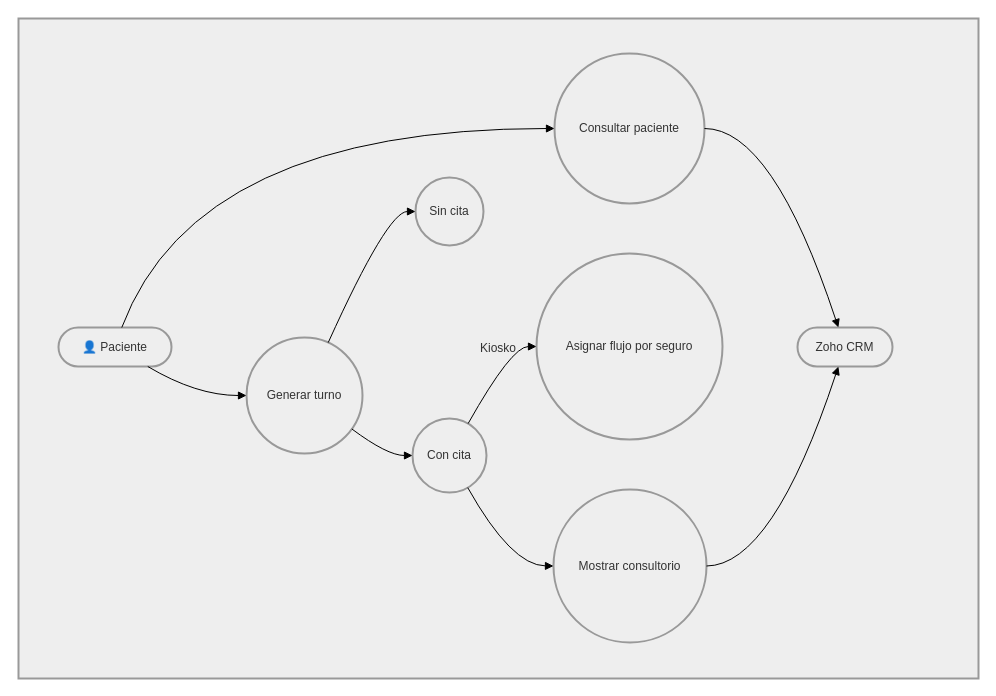
Before: page "Módulo Kiosko" (1 of 4) of Diagrama sin título.drawio in ARHR2123/Casos_de_Uso_Turnero_Diagram, a draw.io diagram. Source tidied: cells renumbered, new cells numbered last; positions are measured from the earlier drawing's top-left corner, leaving out a move shared by most shapes. Both pictures are drawn from the tidied source at 100%, with x=0, y=0 at pixel (18, 18).
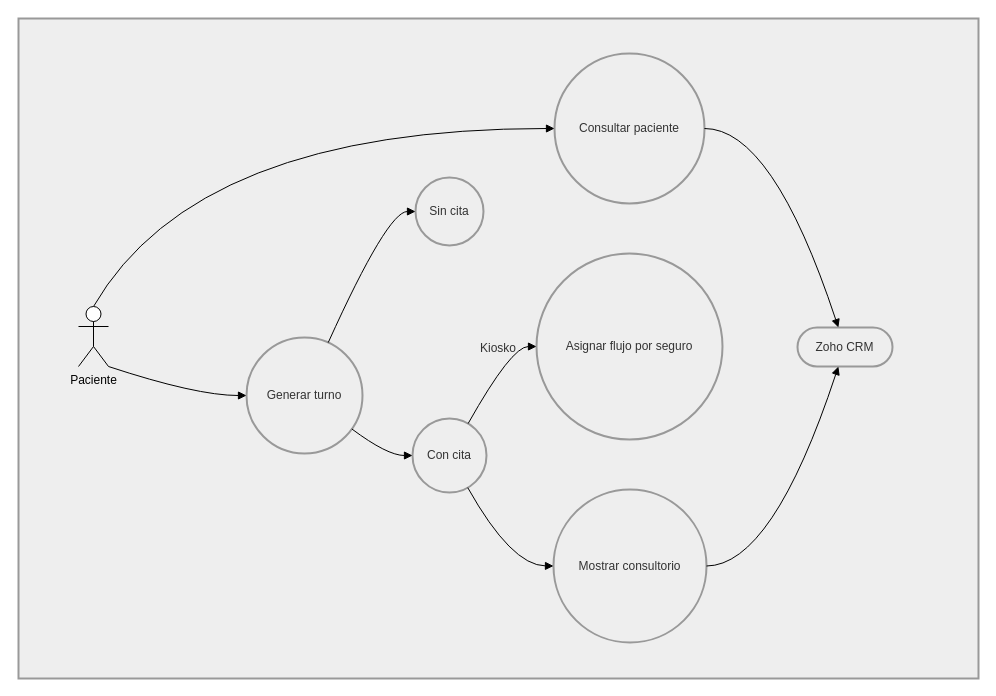
After the change.

Unchanged cells that the change refers to:
```xml
<mxCell id="5" value="Consultar paciente" style="ellipse;strokeWidth=2;whiteSpace=wrap;fillColor=light-dark(#eeeeee,#1f2020);strokeColor=light-dark(#999999,#cccccc);fontColor=light-dark(#333333,#cccccc);" parent="1" vertex="1">
  <mxGeometry x="536" y="35" width="150" height="150" as="geometry" />
</mxCell>
<mxCell id="6" value="Generar turno" style="ellipse;strokeWidth=2;whiteSpace=wrap;fillColor=light-dark(#eeeeee,#1f2020);strokeColor=light-dark(#999999,#cccccc);fontColor=light-dark(#333333,#cccccc);" parent="1" vertex="1">
  <mxGeometry x="228" y="319" width="116" height="116" as="geometry" />
</mxCell>
```

Change to the diagram source:
```diff
@@
-    <mxCell id="3" value="👤 Paciente" style="rounded=1;whiteSpace=wrap;arcSize=50;strokeWidth=2;fillColor=light-dark(#eeeeee,#1f2020);strokeColor=light-dark(#999999,#cccccc);fontColor=light-dark(#333333,#cccccc);" parent="1" vertex="1">
-      <mxGeometry x="40" y="309" width="113" height="39" as="geometry" />
-    </mxCell>
@@
-    <mxCell id="11" style="curved=1;startArrow=none;endArrow=block;exitX=0.56;exitY=0;entryX=0;entryY=0.5;rounded=0;" parent="1" edge="1" source="3" target="5">
+    <mxCell id="11" style="curved=1;startArrow=none;endArrow=block;exitX=0.5;exitY=0;entryX=0;entryY=0.5;rounded=0;exitDx=0;exitDy=0;exitPerimeter=0;" parent="1" edge="1" source="19" target="5">
       <mxGeometry relative="1" as="geometry">
         <Array as="points">
           <mxPoint x="178" y="110" />
         </Array>
       </mxGeometry>
     </mxCell>
-    <mxCell id="12" style="curved=1;startArrow=none;endArrow=block;exitX=0.79;exitY=1;entryX=0;entryY=0.5;rounded=0;" parent="1" edge="1" source="3" target="6">
+    <mxCell id="12" style="curved=1;startArrow=none;endArrow=block;exitX=1;exitY=1;entryX=0;entryY=0.5;rounded=0;exitDx=0;exitDy=0;exitPerimeter=0;" parent="1" edge="1" source="19" target="6">
       <mxGeometry relative="1" as="geometry">
         <Array as="points">
           <mxPoint x="178" y="377" />
         </Array>
       </mxGeometry>
     </mxCell>
@@
+    <mxCell id="19" value="Paciente" style="shape=umlActor;verticalLabelPosition=bottom;verticalAlign=top;html=1;" parent="1" vertex="1">
+      <mxGeometry x="60" y="288" width="30" height="60" as="geometry" />
+    </mxCell>
```
